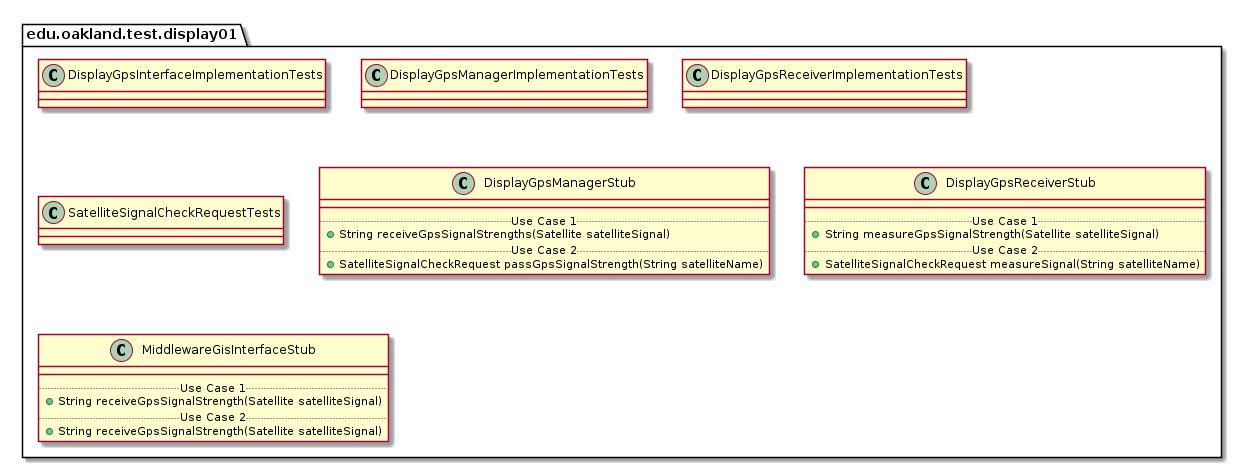
The PlantUML diagram docs/uml-class-diagrams/display01/test/Display01TestPackage.png in andrewdimmer/csi-3370-software-project, before a commit.
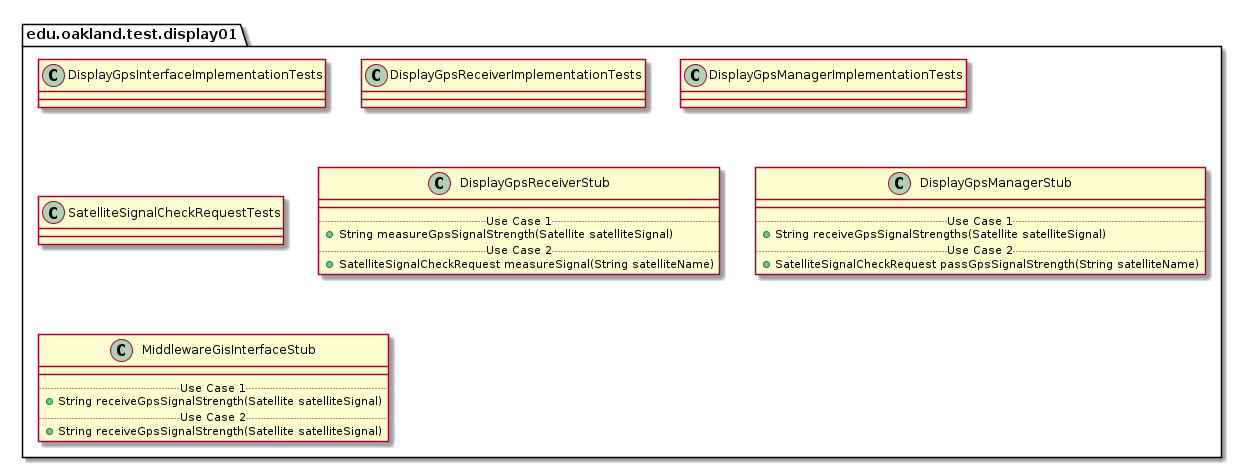
The same diagram one commit later.

Change to the diagram source:
```diff
@@ -13,14 +13,14 @@
 
 
 package edu.oakland.test.display01 {
-    class DisplayGpsManagerImplementationTests {
+    class DisplayGpsReceiverImplementationTests {
 
     }
 }
 
 
 package edu.oakland.test.display01 {
-    class DisplayGpsReceiverImplementationTests {
+    class DisplayGpsManagerImplementationTests {
 
     }
 }
@@ -29,6 +29,17 @@
 package edu.oakland.test.display01 {
     class SatelliteSignalCheckRequestTests {
 
+    }
+}
+
+
+package edu.oakland.test.display01 {
+    class DisplayGpsReceiverStub {
+        __
+        .. Use Case 1 ..
+        + String measureGpsSignalStrength(Satellite satelliteSignal)
+        .. Use Case 2 ..
+        + SatelliteSignalCheckRequest measureSignal(String satelliteName)
     }
 }
 
@@ -45,17 +56,6 @@
 
 
 package edu.oakland.test.display01 {
-    class DisplayGpsReceiverStub {
-        __
-        .. Use Case 1 ..
-        + String measureGpsSignalStrength(Satellite satelliteSignal)
-        .. Use Case 2 ..
-        + SatelliteSignalCheckRequest measureSignal(String satelliteName)
-    }
-}
-
-
-package edu.oakland.test.display01 {
     class MiddlewareGisInterfaceStub {
         __
         .. Use Case 1 ..
```
